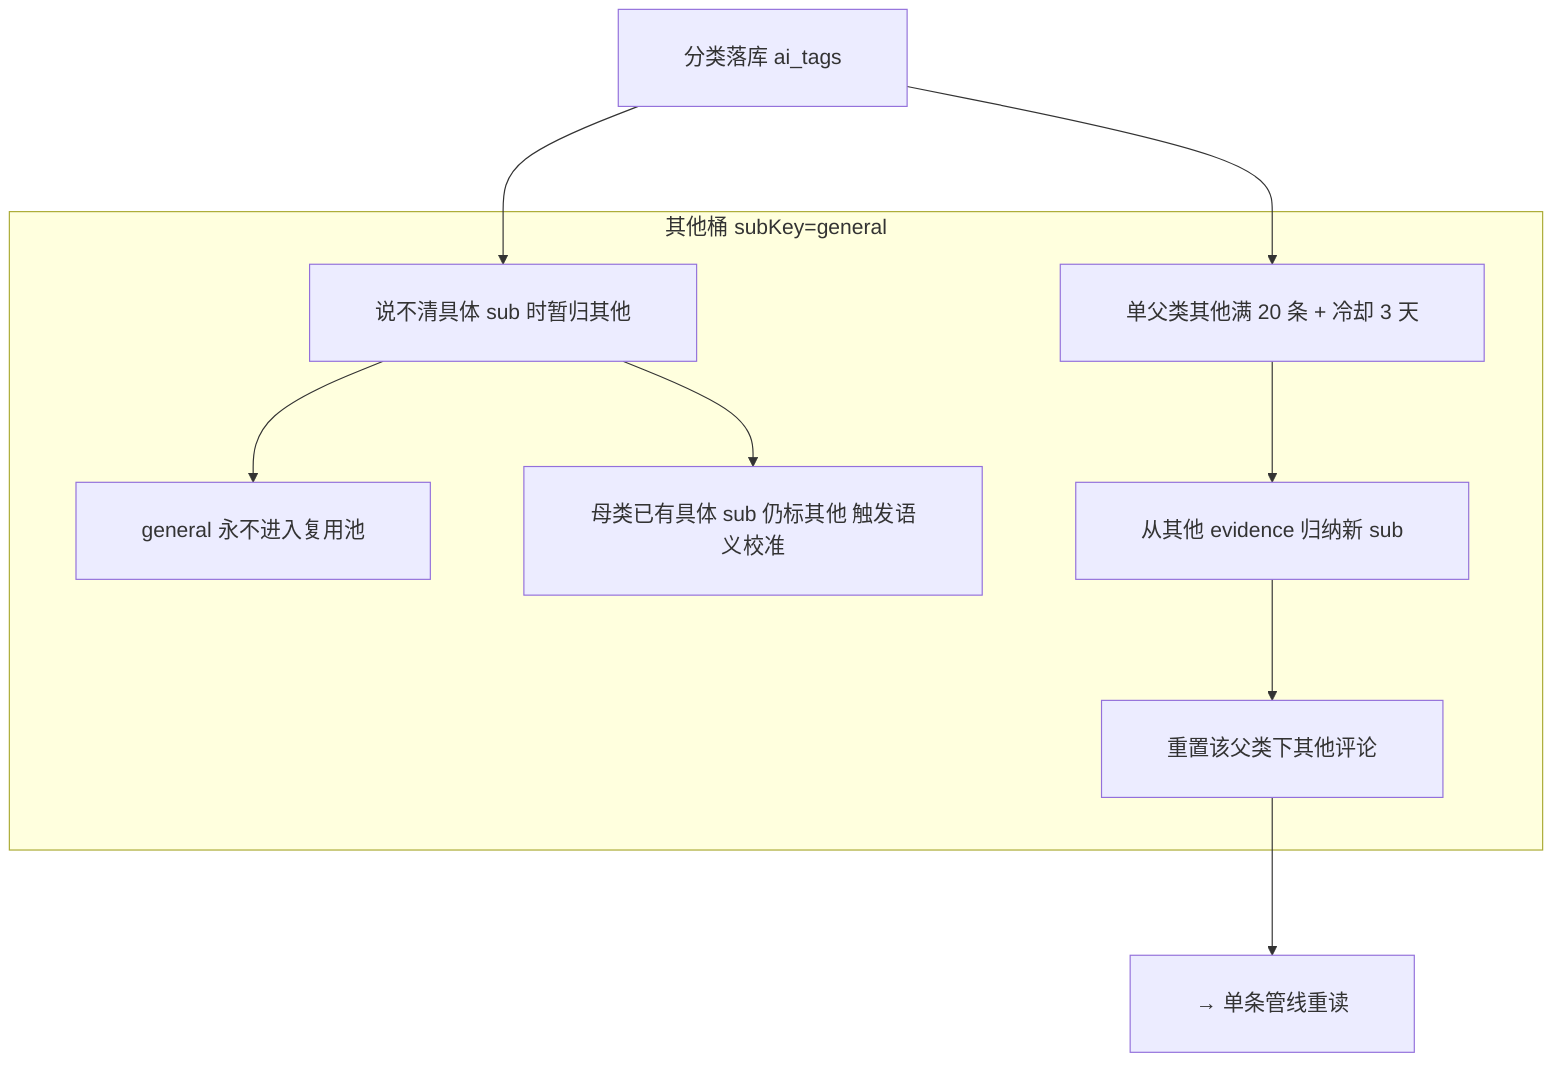
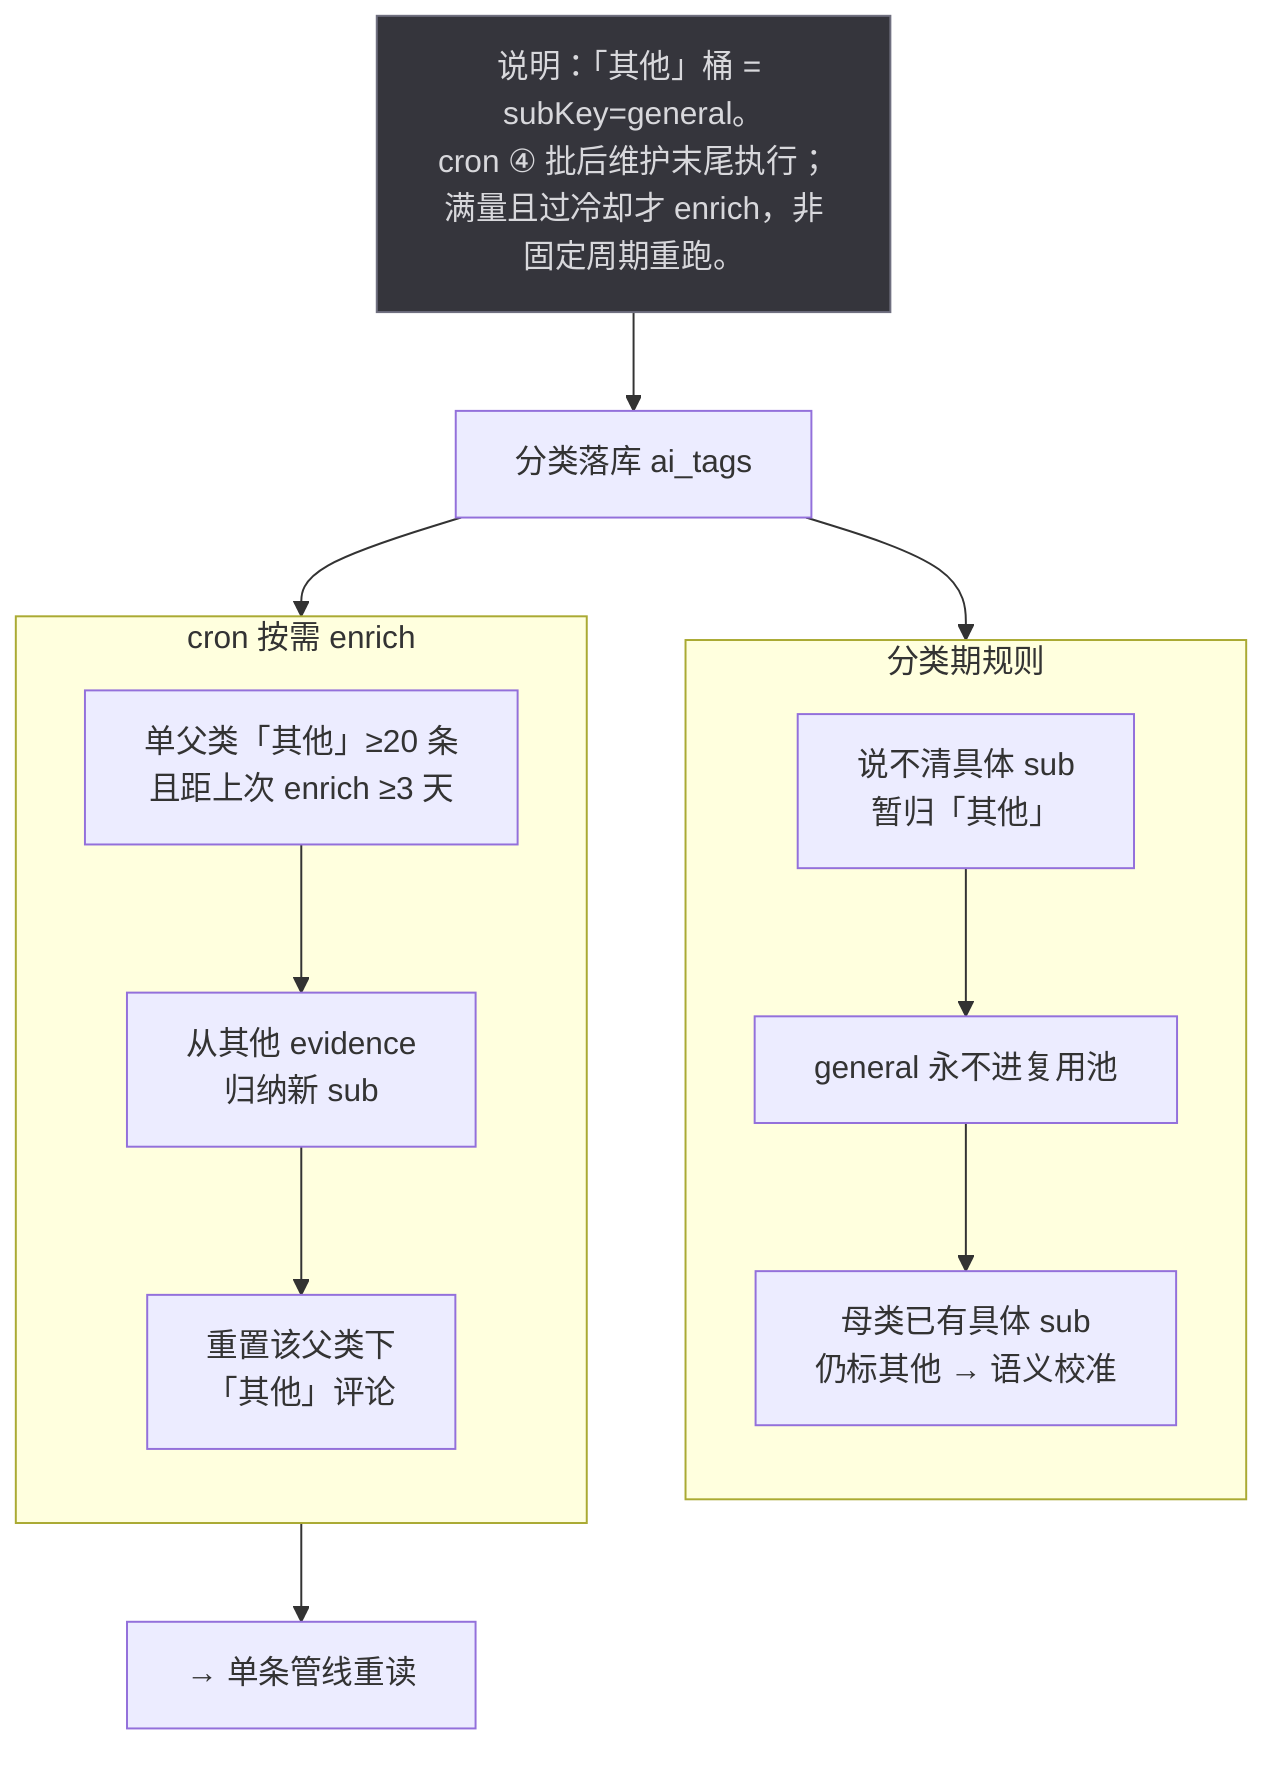
- %%{init: {"themeVariables": {"fontSize": "18px"}, "flowchart": {"nodeSpacing": 80, "rankSpacing": 90, "padding": 28, "wrappingWidth": 280}}}%%
flowchart TB
+   classDef note fill:#35353c,stroke:#707080,stroke-width:1px,color:#d8d8dc
+ 
+   NOTE_GEN["说明：「其他」桶 = subKey=general。<br/>cron ④ 批后维护末尾执行；满量且过冷却才 enrich，非固定周期重跑。"]
+   class NOTE_GEN note
+ 
  SAVE[分类落库 ai_tags]

-   subgraph general [其他桶 subKey=general]
-     G0["说不清具体 sub 时暂归其他"]
-     G1["general 永不进入复用池"]
-     G2["母类已有具体 sub 仍标其他 触发语义校准"]
-     G3["单父类其他满 20 条 + 冷却 3 天"]
-     G3 --> G4[从其他 evidence 归纳新 sub]
-     G4 --> G5[重置该父类下其他评论]
+   subgraph rules [分类期规则]
+     direction TB
+     G0["说不清具体 sub<br/>暂归「其他」"]
+     G1["general 永不进复用池"]
+     G2["母类已有具体 sub<br/>仍标其他 → 语义校准"]
+     G0 --> G1 --> G2
  end

-   SAVE --> G0
-   G0 --> G1
-   G0 --> G2
+   subgraph enrich [cron 按需 enrich]
+     direction TB
+     G3["单父类「其他」≥20 条<br/>且距上次 enrich ≥3 天"]
+     G4[从其他 evidence<br/>归纳新 sub]
+     G5[重置该父类下<br/>「其他」评论]
+     G3 --> G4 --> G5
+   end
+ 
+   NOTE_GEN --> SAVE
+   SAVE --> rules
  SAVE --> G3
  G5 --> RERUN["→ 单条管线重读"]
